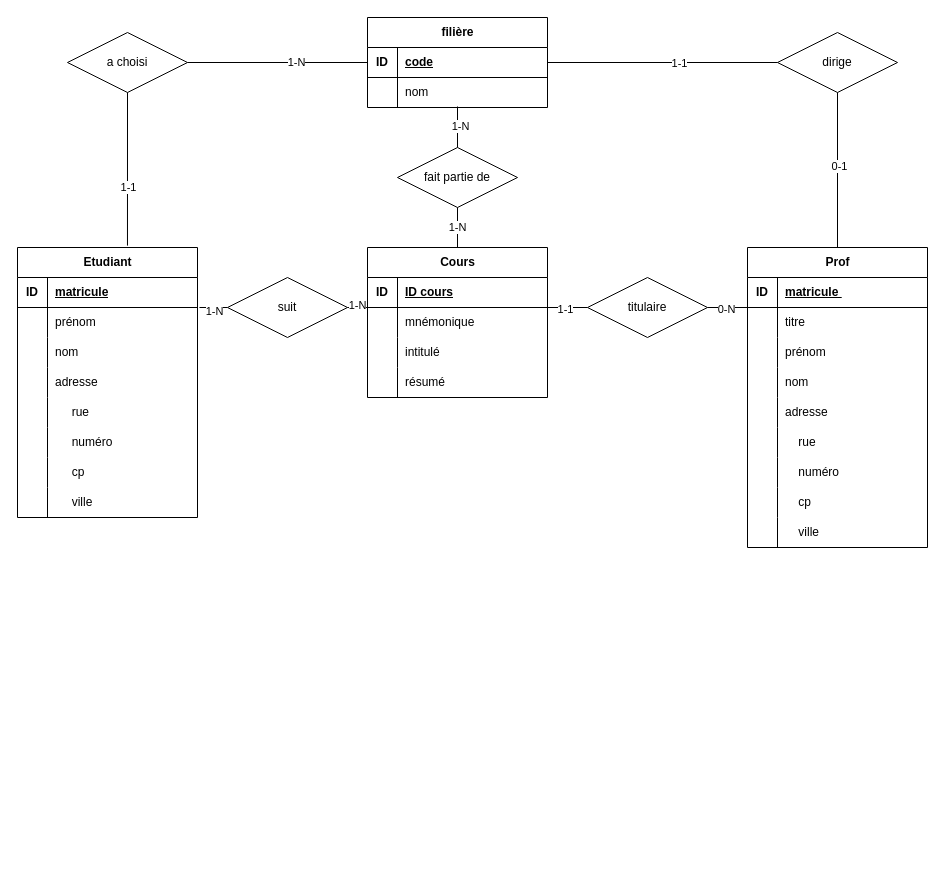
This is diag EA université.drawio from xxcb4000/diagrammesEA, a draw.io file, before an edit. Source tidied: cells renumbered, new cells numbered last; positions are measured from the earlier drawing's top-left corner, leaving out a move shared by most shapes. Both pictures are drawn from the tidied source at 100%, with x=0, y=0 at pixel (17, 17).
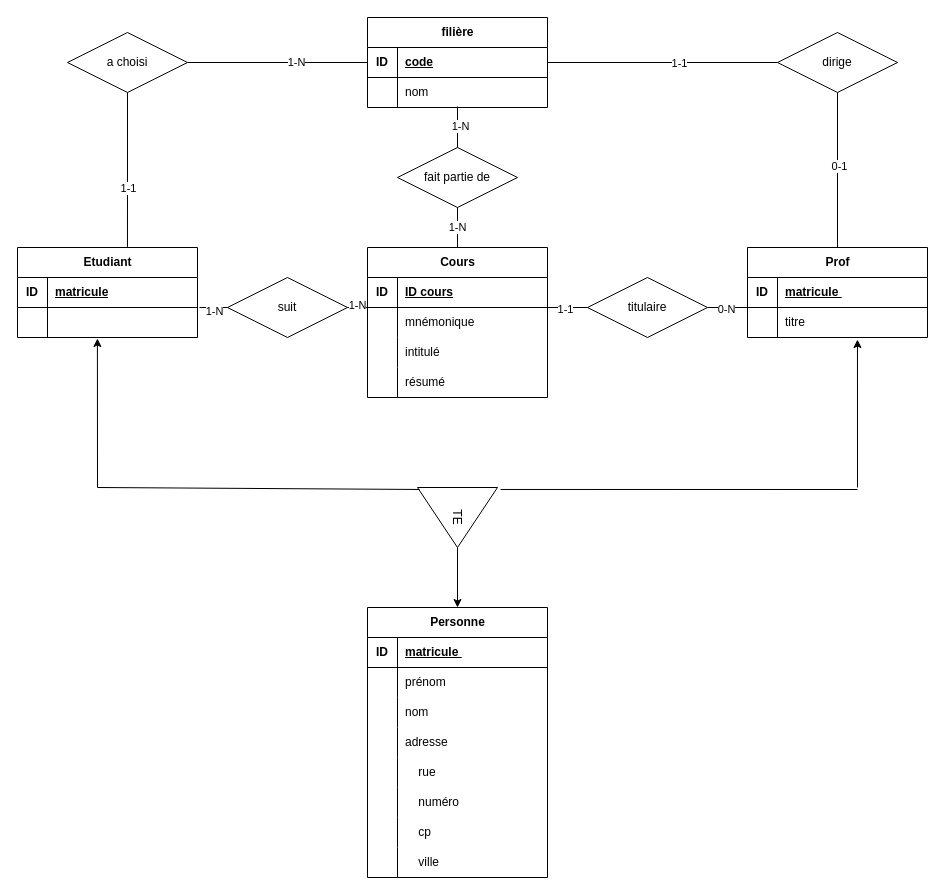
The same diagram, later.

Commit message:
Mettre à jour diag EA université.drawio

Unchanged cells that the change refers to:
```xml
<mxCell id="6" style="shape=tableRow;horizontal=0;startSize=0;swimlaneHead=0;swimlaneBody=0;fillColor=none;points=[[0,0.5],[1,0.5]];portConstraint=eastwest;top=0;left=0;right=0;bottom=0;" parent="2" vertex="1">
  <mxGeometry y="60" width="180" height="30" as="geometry" />
</mxCell>
<mxCell id="44" style="shape=tableRow;horizontal=0;startSize=0;swimlaneHead=0;swimlaneBody=0;fillColor=none;points=[[0,0.5],[1,0.5]];portConstraint=eastwest;top=0;left=0;right=0;bottom=0;" parent="40" vertex="1">
  <mxGeometry y="60" width="180" height="30" as="geometry" />
</mxCell>
```

The edit, as a diff of the source:
```diff
@@
     <mxCell id="2" value="Etudiant" style="shape=table;startSize=30;childLayout=tableLayout;rowLines=0;fontStyle=1;align=center;html=1;" parent="1" vertex="1">
-      <mxGeometry y="230" width="180" height="270" as="geometry" />
+      <mxGeometry y="230" width="180" height="90" as="geometry" />
     </mxCell>
@@
-    <mxCell id="8" value="prénom" style="shape=partialRectangle;fillColor=none;top=0;left=0;bottom=0;right=0;align=left;spacingLeft=6;overflow=hidden;whiteSpace=wrap;html=1;" parent="6" vertex="1">
+    <mxCell id="8" style="shape=partialRectangle;fillColor=none;top=0;left=0;bottom=0;right=0;align=left;spacingLeft=6;overflow=hidden;whiteSpace=wrap;html=1;" parent="6" vertex="1">
       <mxGeometry x="30" width="150" height="30" as="geometry" />
     </mxCell>
-    <mxCell id="9" style="shape=tableRow;horizontal=0;startSize=0;swimlaneHead=0;swimlaneBody=0;fillColor=none;top=0;left=0;right=0;bottom=0;" parent="2" vertex="1">
-      <mxGeometry y="90" width="180" height="30" as="geometry" />
-    </mxCell>
-    <mxCell id="10" style="shape=partialRectangle;fillColor=none;top=0;left=0;bottom=0;right=0;overflow=hidden;whiteSpace=wrap;html=1;" parent="9" vertex="1">
-      <mxGeometry width="30" height="30" as="geometry" />
-    </mxCell>
-    <mxCell id="11" value="nom" style="shape=partialRectangle;fillColor=none;top=0;left=0;bottom=0;right=0;align=left;spacingLeft=6;overflow=hidden;whiteSpace=wrap;html=1;" parent="9" vertex="1">
-      <mxGeometry x="30" width="150" height="30" as="geometry" />
-    </mxCell>
-    <mxCell id="12" style="shape=tableRow;horizontal=0;startSize=0;swimlaneHead=0;swimlaneBody=0;fillColor=none;top=0;left=0;right=0;bottom=0;" parent="2" vertex="1">
-      <mxGeometry y="120" width="180" height="30" as="geometry" />
-    </mxCell>
-    <mxCell id="13" style="shape=partialRectangle;fillColor=none;top=0;left=0;bottom=0;right=0;overflow=hidden;whiteSpace=wrap;html=1;" parent="12" vertex="1">
-      <mxGeometry width="30" height="30" as="geometry" />
-    </mxCell>
-    <mxCell id="14" value="adresse" style="shape=partialRectangle;fillColor=none;top=0;left=0;bottom=0;right=0;align=left;spacingLeft=6;overflow=hidden;whiteSpace=wrap;html=1;" parent="12" vertex="1">
-      <mxGeometry x="30" width="150" height="30" as="geometry" />
-    </mxCell>
-    <mxCell id="15" style="shape=tableRow;horizontal=0;startSize=0;swimlaneHead=0;swimlaneBody=0;fillColor=none;top=0;left=0;right=0;bottom=0;" parent="2" vertex="1">
-      <mxGeometry y="150" width="180" height="30" as="geometry" />
-    </mxCell>
-    <mxCell id="16" style="shape=partialRectangle;fillColor=none;top=0;left=0;bottom=0;right=0;overflow=hidden;whiteSpace=wrap;html=1;" parent="15" vertex="1">
-      <mxGeometry width="30" height="30" as="geometry" />
-    </mxCell>
-    <mxCell id="17" value="&amp;nbsp; &amp;nbsp; &amp;nbsp;rue&amp;nbsp;" style="shape=partialRectangle;fillColor=none;top=0;left=0;bottom=0;right=0;align=left;spacingLeft=6;overflow=hidden;whiteSpace=wrap;html=1;" parent="15" vertex="1">
-      <mxGeometry x="30" width="150" height="30" as="geometry" />
-    </mxCell>
-    <mxCell id="18" style="shape=tableRow;horizontal=0;startSize=0;swimlaneHead=0;swimlaneBody=0;fillColor=none;top=0;left=0;right=0;bottom=0;" parent="2" vertex="1">
-      <mxGeometry y="180" width="180" height="30" as="geometry" />
-    </mxCell>
-    <mxCell id="19" style="shape=partialRectangle;fillColor=none;top=0;left=0;bottom=0;right=0;overflow=hidden;whiteSpace=wrap;html=1;" parent="18" vertex="1">
-      <mxGeometry width="30" height="30" as="geometry" />
-    </mxCell>
-    <mxCell id="20" value="&amp;nbsp; &amp;nbsp; &amp;nbsp;numéro" style="shape=partialRectangle;fillColor=none;top=0;left=0;bottom=0;right=0;align=left;spacingLeft=6;overflow=hidden;whiteSpace=wrap;html=1;" parent="18" vertex="1">
-      <mxGeometry x="30" width="150" height="30" as="geometry" />
-    </mxCell>
-    <mxCell id="21" style="shape=tableRow;horizontal=0;startSize=0;swimlaneHead=0;swimlaneBody=0;fillColor=none;top=0;left=0;right=0;bottom=0;" parent="2" vertex="1">
-      <mxGeometry y="210" width="180" height="30" as="geometry" />
-    </mxCell>
-    <mxCell id="22" style="shape=partialRectangle;fillColor=none;top=0;left=0;bottom=0;right=0;overflow=hidden;whiteSpace=wrap;html=1;" parent="21" vertex="1">
-      <mxGeometry width="30" height="30" as="geometry" />
-    </mxCell>
-    <mxCell id="23" value="&amp;nbsp; &amp;nbsp; &amp;nbsp;cp" style="shape=partialRectangle;fillColor=none;top=0;left=0;bottom=0;right=0;align=left;spacingLeft=6;overflow=hidden;whiteSpace=wrap;html=1;" parent="21" vertex="1">
-      <mxGeometry x="30" width="150" height="30" as="geometry" />
-    </mxCell>
-    <mxCell id="24" style="shape=tableRow;horizontal=0;startSize=0;swimlaneHead=0;swimlaneBody=0;fillColor=none;top=0;left=0;right=0;bottom=0;" parent="2" vertex="1">
-      <mxGeometry y="240" width="180" height="30" as="geometry" />
-    </mxCell>
-    <mxCell id="25" style="shape=partialRectangle;fillColor=none;top=0;left=0;bottom=0;right=0;overflow=hidden;whiteSpace=wrap;html=1;" parent="24" vertex="1">
-      <mxGeometry width="30" height="30" as="geometry" />
-    </mxCell>
-    <mxCell id="26" value="&amp;nbsp; &amp;nbsp; &amp;nbsp;ville" style="shape=partialRectangle;fillColor=none;top=0;left=0;bottom=0;right=0;align=left;spacingLeft=6;overflow=hidden;whiteSpace=wrap;html=1;" parent="24" vertex="1">
-      <mxGeometry x="30" width="150" height="30" as="geometry" />
-    </mxCell>
@@
     <mxCell id="40" value="Prof" style="shape=table;startSize=30;childLayout=tableLayout;rowLines=0;fontStyle=1;align=center;html=1;" parent="1" vertex="1">
-      <mxGeometry x="730" y="230" width="180" height="300" as="geometry" />
+      <mxGeometry x="730" y="230" width="180" height="90" as="geometry" />
     </mxCell>
@@
-    <mxCell id="47" style="shape=tableRow;horizontal=0;startSize=0;swimlaneHead=0;swimlaneBody=0;fillColor=none;top=0;left=0;right=0;bottom=0;" parent="40" vertex="1">
-      <mxGeometry y="90" width="180" height="30" as="geometry" />
-    </mxCell>
-    <mxCell id="48" style="shape=partialRectangle;fillColor=none;top=0;left=0;bottom=0;right=0;overflow=hidden;whiteSpace=wrap;html=1;" parent="47" vertex="1">
-      <mxGeometry width="30" height="30" as="geometry" />
-    </mxCell>
-    <mxCell id="49" value="prénom" style="shape=partialRectangle;fillColor=none;top=0;left=0;bottom=0;right=0;align=left;spacingLeft=6;overflow=hidden;whiteSpace=wrap;html=1;" parent="47" vertex="1">
-      <mxGeometry x="30" width="150" height="30" as="geometry" />
-    </mxCell>
-    <mxCell id="50" style="shape=tableRow;horizontal=0;startSize=0;swimlaneHead=0;swimlaneBody=0;fillColor=none;top=0;left=0;right=0;bottom=0;" parent="40" vertex="1">
-      <mxGeometry y="120" width="180" height="30" as="geometry" />
-    </mxCell>
-    <mxCell id="51" style="shape=partialRectangle;fillColor=none;top=0;left=0;bottom=0;right=0;overflow=hidden;whiteSpace=wrap;html=1;" parent="50" vertex="1">
-      <mxGeometry width="30" height="30" as="geometry" />
-    </mxCell>
-    <mxCell id="52" value="nom" style="shape=partialRectangle;fillColor=none;top=0;left=0;bottom=0;right=0;align=left;spacingLeft=6;overflow=hidden;whiteSpace=wrap;html=1;" parent="50" vertex="1">
-      <mxGeometry x="30" width="150" height="30" as="geometry" />
-    </mxCell>
-    <mxCell id="53" style="shape=tableRow;horizontal=0;startSize=0;swimlaneHead=0;swimlaneBody=0;fillColor=none;top=0;left=0;right=0;bottom=0;" parent="40" vertex="1">
-      <mxGeometry y="150" width="180" height="30" as="geometry" />
-    </mxCell>
-    <mxCell id="54" style="shape=partialRectangle;fillColor=none;top=0;left=0;bottom=0;right=0;overflow=hidden;whiteSpace=wrap;html=1;" parent="53" vertex="1">
-      <mxGeometry width="30" height="30" as="geometry" />
-    </mxCell>
-    <mxCell id="55" value="adresse" style="shape=partialRectangle;fillColor=none;top=0;left=0;bottom=0;right=0;align=left;spacingLeft=6;overflow=hidden;whiteSpace=wrap;html=1;" parent="53" vertex="1">
-      <mxGeometry x="30" width="150" height="30" as="geometry" />
-    </mxCell>
-    <mxCell id="56" style="shape=tableRow;horizontal=0;startSize=0;swimlaneHead=0;swimlaneBody=0;fillColor=none;top=0;left=0;right=0;bottom=0;" parent="40" vertex="1">
-      <mxGeometry y="180" width="180" height="30" as="geometry" />
-    </mxCell>
-    <mxCell id="57" style="shape=partialRectangle;fillColor=none;top=0;left=0;bottom=0;right=0;overflow=hidden;whiteSpace=wrap;html=1;" parent="56" vertex="1">
-      <mxGeometry width="30" height="30" as="geometry" />
-    </mxCell>
-    <mxCell id="58" value="&amp;nbsp; &amp;nbsp; rue" style="shape=partialRectangle;fillColor=none;top=0;left=0;bottom=0;right=0;align=left;spacingLeft=6;overflow=hidden;whiteSpace=wrap;html=1;" parent="56" vertex="1">
-      <mxGeometry x="30" width="150" height="30" as="geometry" />
-    </mxCell>
-    <mxCell id="59" style="shape=tableRow;horizontal=0;startSize=0;swimlaneHead=0;swimlaneBody=0;fillColor=none;top=0;left=0;right=0;bottom=0;" parent="40" vertex="1">
-      <mxGeometry y="210" width="180" height="30" as="geometry" />
-    </mxCell>
-    <mxCell id="60" style="shape=partialRectangle;fillColor=none;top=0;left=0;bottom=0;right=0;overflow=hidden;whiteSpace=wrap;html=1;" parent="59" vertex="1">
-      <mxGeometry width="30" height="30" as="geometry" />
-    </mxCell>
-    <mxCell id="61" value="&amp;nbsp; &amp;nbsp; numéro" style="shape=partialRectangle;fillColor=none;top=0;left=0;bottom=0;right=0;align=left;spacingLeft=6;overflow=hidden;whiteSpace=wrap;html=1;" parent="59" vertex="1">
-      <mxGeometry x="30" width="150" height="30" as="geometry" />
-    </mxCell>
-    <mxCell id="62" style="shape=tableRow;horizontal=0;startSize=0;swimlaneHead=0;swimlaneBody=0;fillColor=none;top=0;left=0;right=0;bottom=0;" parent="40" vertex="1">
-      <mxGeometry y="240" width="180" height="30" as="geometry" />
-    </mxCell>
-    <mxCell id="63" style="shape=partialRectangle;fillColor=none;top=0;left=0;bottom=0;right=0;overflow=hidden;whiteSpace=wrap;html=1;" parent="62" vertex="1">
-      <mxGeometry width="30" height="30" as="geometry" />
-    </mxCell>
-    <mxCell id="64" value="&amp;nbsp; &amp;nbsp; cp" style="shape=partialRectangle;fillColor=none;top=0;left=0;bottom=0;right=0;align=left;spacingLeft=6;overflow=hidden;whiteSpace=wrap;html=1;" parent="62" vertex="1">
-      <mxGeometry x="30" width="150" height="30" as="geometry" />
-    </mxCell>
-    <mxCell id="65" style="shape=tableRow;horizontal=0;startSize=0;swimlaneHead=0;swimlaneBody=0;fillColor=none;top=0;left=0;right=0;bottom=0;" parent="40" vertex="1">
-      <mxGeometry y="270" width="180" height="30" as="geometry" />
-    </mxCell>
-    <mxCell id="66" style="shape=partialRectangle;fillColor=none;top=0;left=0;bottom=0;right=0;overflow=hidden;whiteSpace=wrap;html=1;" parent="65" vertex="1">
-      <mxGeometry width="30" height="30" as="geometry" />
-    </mxCell>
-    <mxCell id="67" value="&amp;nbsp; &amp;nbsp; ville" style="shape=partialRectangle;fillColor=none;top=0;left=0;bottom=0;right=0;align=left;spacingLeft=6;overflow=hidden;whiteSpace=wrap;html=1;" parent="65" vertex="1">
-      <mxGeometry x="30" width="150" height="30" as="geometry" />
-    </mxCell>
@@
+    <mxCell id="100" value="Personne" style="shape=table;startSize=30;childLayout=tableLayout;rowLines=0;fontStyle=1;align=center;html=1;" parent="1" vertex="1">
+      <mxGeometry x="350" y="590" width="180" height="270" as="geometry" />
+    </mxCell>
+    <mxCell id="101" style="shape=tableRow;horizontal=0;startSize=0;swimlaneHead=0;swimlaneBody=0;fillColor=none;top=0;left=0;right=0;bottom=1;" parent="100" vertex="1">
+      <mxGeometry y="30" width="180" height="30" as="geometry" />
+    </mxCell>
+    <mxCell id="102" value="ID" style="shape=partialRectangle;fillColor=none;top=0;left=0;bottom=0;right=0;fontStyle=1;overflow=hidden;whiteSpace=wrap;html=1;" parent="101" vertex="1">
+      <mxGeometry width="30" height="30" as="geometry" />
+    </mxCell>
+    <mxCell id="103" value="matricule&amp;nbsp;" style="shape=partialRectangle;fillColor=none;top=0;left=0;bottom=0;right=0;align=left;spacingLeft=6;fontStyle=5;overflow=hidden;whiteSpace=wrap;html=1;" parent="101" vertex="1">
+      <mxGeometry x="30" width="150" height="30" as="geometry" />
+    </mxCell>
+    <mxCell id="104" style="shape=tableRow;horizontal=0;startSize=0;swimlaneHead=0;swimlaneBody=0;fillColor=none;top=0;left=0;right=0;bottom=0;" parent="100" vertex="1">
+      <mxGeometry y="60" width="180" height="30" as="geometry" />
+    </mxCell>
+    <mxCell id="105" style="shape=partialRectangle;fillColor=none;top=0;left=0;bottom=0;right=0;overflow=hidden;whiteSpace=wrap;html=1;" parent="104" vertex="1">
+      <mxGeometry width="30" height="30" as="geometry" />
+    </mxCell>
+    <mxCell id="49" value="prénom" style="shape=partialRectangle;fillColor=none;top=0;left=0;bottom=0;right=0;align=left;spacingLeft=6;overflow=hidden;whiteSpace=wrap;html=1;" parent="104" vertex="1">
+      <mxGeometry x="30" width="150" height="30" as="geometry" />
+    </mxCell>
+    <mxCell id="106" style="shape=tableRow;horizontal=0;startSize=0;swimlaneHead=0;swimlaneBody=0;fillColor=none;top=0;left=0;right=0;bottom=0;" parent="100" vertex="1">
+      <mxGeometry y="90" width="180" height="30" as="geometry" />
+    </mxCell>
+    <mxCell id="107" style="shape=partialRectangle;fillColor=none;top=0;left=0;bottom=0;right=0;overflow=hidden;whiteSpace=wrap;html=1;" parent="106" vertex="1">
+      <mxGeometry width="30" height="30" as="geometry" />
+    </mxCell>
+    <mxCell id="108" value="nom" style="shape=partialRectangle;fillColor=none;top=0;left=0;bottom=0;right=0;align=left;spacingLeft=6;overflow=hidden;whiteSpace=wrap;html=1;" parent="106" vertex="1">
+      <mxGeometry x="30" width="150" height="30" as="geometry" />
+    </mxCell>
+    <mxCell id="109" style="shape=tableRow;horizontal=0;startSize=0;swimlaneHead=0;swimlaneBody=0;fillColor=none;top=0;left=0;right=0;bottom=0;" parent="100" vertex="1">
+      <mxGeometry y="120" width="180" height="30" as="geometry" />
+    </mxCell>
+    <mxCell id="110" style="shape=partialRectangle;fillColor=none;top=0;left=0;bottom=0;right=0;overflow=hidden;whiteSpace=wrap;html=1;" parent="109" vertex="1">
+      <mxGeometry width="30" height="30" as="geometry" />
+    </mxCell>
+    <mxCell id="111" value="adresse" style="shape=partialRectangle;fillColor=none;top=0;left=0;bottom=0;right=0;align=left;spacingLeft=6;overflow=hidden;whiteSpace=wrap;html=1;" parent="109" vertex="1">
+      <mxGeometry x="30" width="150" height="30" as="geometry" />
+    </mxCell>
+    <mxCell id="112" style="shape=tableRow;horizontal=0;startSize=0;swimlaneHead=0;swimlaneBody=0;fillColor=none;top=0;left=0;right=0;bottom=0;" parent="100" vertex="1">
+      <mxGeometry y="150" width="180" height="30" as="geometry" />
+    </mxCell>
+    <mxCell id="113" style="shape=partialRectangle;fillColor=none;top=0;left=0;bottom=0;right=0;overflow=hidden;whiteSpace=wrap;html=1;" parent="112" vertex="1">
+      <mxGeometry width="30" height="30" as="geometry" />
+    </mxCell>
+    <mxCell id="58" value="&amp;nbsp; &amp;nbsp; rue" style="shape=partialRectangle;fillColor=none;top=0;left=0;bottom=0;right=0;align=left;spacingLeft=6;overflow=hidden;whiteSpace=wrap;html=1;" parent="112" vertex="1">
+      <mxGeometry x="30" width="150" height="30" as="geometry" />
+    </mxCell>
+    <mxCell id="114" style="shape=tableRow;horizontal=0;startSize=0;swimlaneHead=0;swimlaneBody=0;fillColor=none;top=0;left=0;right=0;bottom=0;" parent="100" vertex="1">
+      <mxGeometry y="180" width="180" height="30" as="geometry" />
+    </mxCell>
+    <mxCell id="115" style="shape=partialRectangle;fillColor=none;top=0;left=0;bottom=0;right=0;overflow=hidden;whiteSpace=wrap;html=1;" parent="114" vertex="1">
+      <mxGeometry width="30" height="30" as="geometry" />
+    </mxCell>
+    <mxCell id="61" value="&amp;nbsp; &amp;nbsp; numéro" style="shape=partialRectangle;fillColor=none;top=0;left=0;bottom=0;right=0;align=left;spacingLeft=6;overflow=hidden;whiteSpace=wrap;html=1;" parent="114" vertex="1">
+      <mxGeometry x="30" width="150" height="30" as="geometry" />
+    </mxCell>
+    <mxCell id="116" style="shape=tableRow;horizontal=0;startSize=0;swimlaneHead=0;swimlaneBody=0;fillColor=none;top=0;left=0;right=0;bottom=0;" parent="100" vertex="1">
+      <mxGeometry y="210" width="180" height="30" as="geometry" />
+    </mxCell>
+    <mxCell id="117" style="shape=partialRectangle;fillColor=none;top=0;left=0;bottom=0;right=0;overflow=hidden;whiteSpace=wrap;html=1;" parent="116" vertex="1">
+      <mxGeometry width="30" height="30" as="geometry" />
+    </mxCell>
+    <mxCell id="64" value="&amp;nbsp; &amp;nbsp; cp" style="shape=partialRectangle;fillColor=none;top=0;left=0;bottom=0;right=0;align=left;spacingLeft=6;overflow=hidden;whiteSpace=wrap;html=1;" parent="116" vertex="1">
+      <mxGeometry x="30" width="150" height="30" as="geometry" />
+    </mxCell>
+    <mxCell id="118" style="shape=tableRow;horizontal=0;startSize=0;swimlaneHead=0;swimlaneBody=0;fillColor=none;top=0;left=0;right=0;bottom=0;" parent="100" vertex="1">
+      <mxGeometry y="240" width="180" height="30" as="geometry" />
+    </mxCell>
+    <mxCell id="119" style="shape=partialRectangle;fillColor=none;top=0;left=0;bottom=0;right=0;overflow=hidden;whiteSpace=wrap;html=1;" parent="118" vertex="1">
+      <mxGeometry width="30" height="30" as="geometry" />
+    </mxCell>
+    <mxCell id="67" value="&amp;nbsp; &amp;nbsp; ville" style="shape=partialRectangle;fillColor=none;top=0;left=0;bottom=0;right=0;align=left;spacingLeft=6;overflow=hidden;whiteSpace=wrap;html=1;" parent="118" vertex="1">
+      <mxGeometry x="30" width="150" height="30" as="geometry" />
+    </mxCell>
+    <mxCell id="120" value="TE" style="triangle;whiteSpace=wrap;html=1;rotation=90;" parent="1" vertex="1">
+      <mxGeometry x="410" y="460" width="60" height="80" as="geometry" />
+    </mxCell>
+    <mxCell id="121" style="endArrow=classic;html=1;rounded=0;entryX=0.5;entryY=0;entryDx=0;entryDy=0;exitX=1;exitY=0.5;exitDx=0;exitDy=0;" parent="1" edge="1" source="120" target="100">
+      <mxGeometry relative="1" as="geometry" />
+    </mxCell>
+    <mxCell id="122" style="endArrow=none;html=1;rounded=0;exitX=0.033;exitY=-0.037;exitDx=0;exitDy=0;exitPerimeter=0;" parent="1" edge="1" source="120">
+      <mxGeometry relative="1" as="geometry">
+        <mxPoint x="840" y="472" as="targetPoint" />
+      </mxGeometry>
+    </mxCell>
+    <mxCell id="123" style="endArrow=none;html=1;rounded=0;exitX=0.033;exitY=0.975;exitDx=0;exitDy=0;exitPerimeter=0;" parent="1" edge="1" source="120">
+      <mxGeometry relative="1" as="geometry">
+        <mxPoint x="80" y="470" as="targetPoint" />
+      </mxGeometry>
+    </mxCell>
+    <mxCell id="124" style="endArrow=classic;html=1;rounded=0;entryX=0.611;entryY=1.067;entryDx=0;entryDy=0;entryPerimeter=0;" parent="1" edge="1" target="44">
+      <mxGeometry relative="1" as="geometry">
+        <mxPoint x="840" y="470" as="sourcePoint" />
+      </mxGeometry>
+    </mxCell>
+    <mxCell id="125" style="endArrow=classic;html=1;rounded=0;entryX=0.444;entryY=1.033;entryDx=0;entryDy=0;entryPerimeter=0;" parent="1" edge="1" target="6">
+      <mxGeometry relative="1" as="geometry">
+        <mxPoint x="80" y="470" as="sourcePoint" />
+      </mxGeometry>
+    </mxCell>
```
